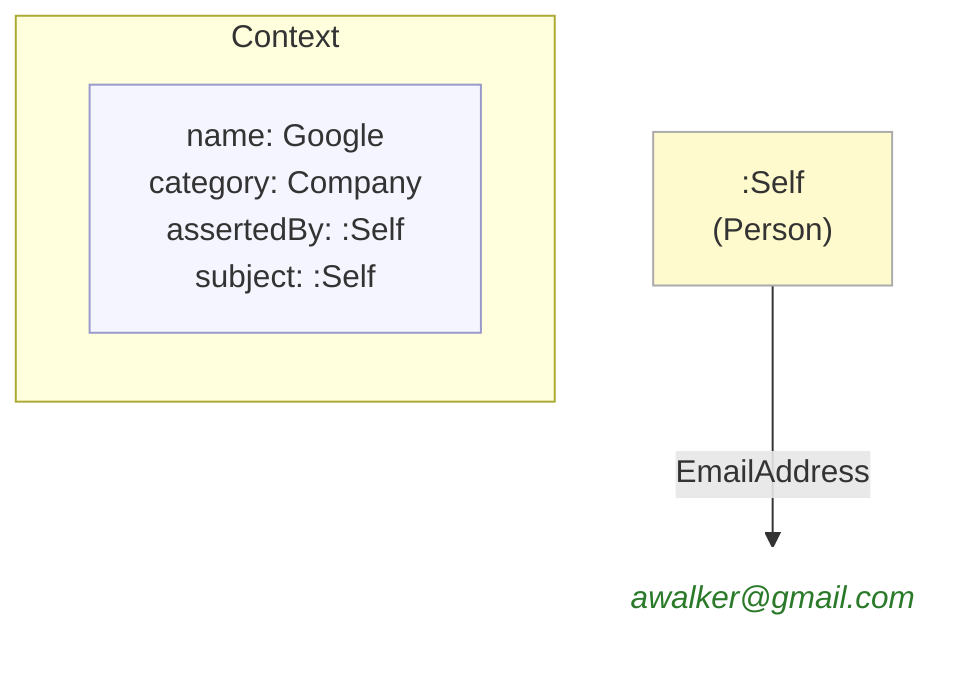
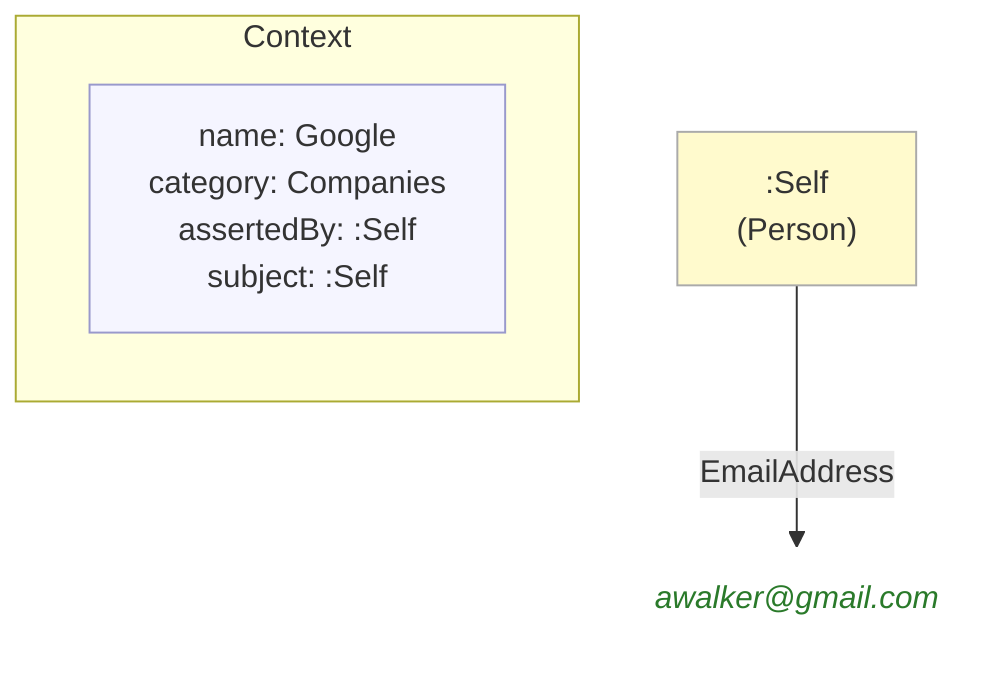
- %% ContextCategory: context:Company
+ %% ContextCategory: context:Companies
flowchart TD
    classDef person fill:#fffacd,stroke:#aaa,color:#333
    classDef grp    fill:#d4edda,stroke:#aaa,color:#333
    classDef org    fill:#cce5ff,stroke:#aaa,color:#333
    classDef lit    fill:none,stroke:none,font-style:italic,color:#2a7a2a
    classDef meta   fill:#f5f5ff,stroke:#9999cc,color:#333

    subgraph ctx["Context"]
        direction LR
-         ctx_meta["name: Google\ncategory: Company\nassertedBy: :Self\nsubject: :Self"]:::meta
+         ctx_meta["name: Google\ncategory: Companies\nassertedBy: :Self\nsubject: :Self"]:::meta
    end

    ne0c3ba92f1db[":Self\n(Person)"]:::person
-     nb9c5f8234e06("awalker@gmail.com"):::lit
+     n58504edb3121("awalker@gmail.com"):::lit

-     ne0c3ba92f1db -->|"EmailAddress"| nb9c5f8234e06
+     ne0c3ba92f1db -->|"EmailAddress"| n58504edb3121
